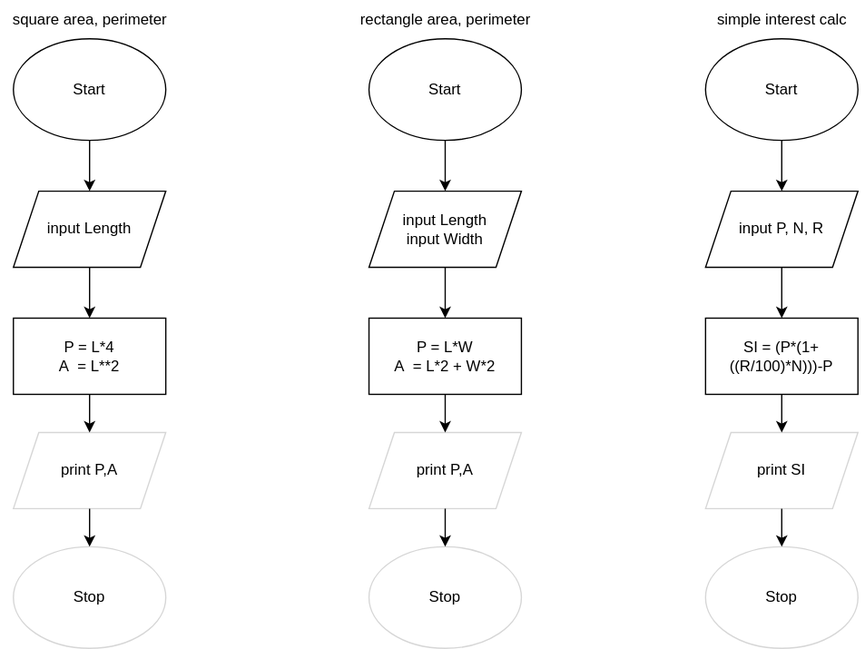
Earlier version of the draw.io export school/js assignments/algorithm exercise/Untitled Diagram.drawio.svg (19AS19/school). Source tidied: cells renumbered, new cells last; positions are measured from the earlier drawing's top-left corner, leaving out a move shared by most shapes.
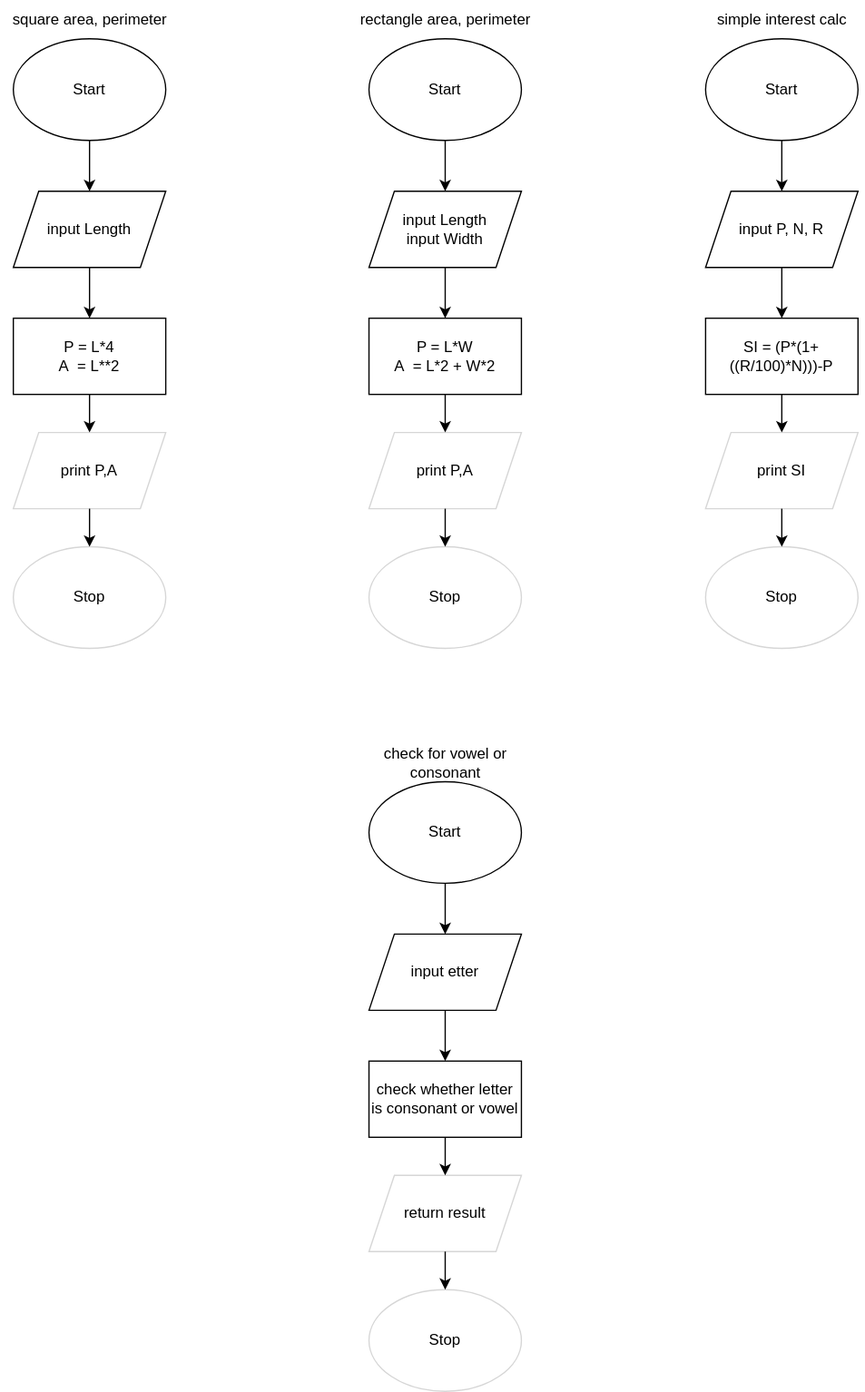
Later version of the same file.

Diff of the diagram source:
```diff
@@ -98,5 +98,37 @@
     <mxCell id="31" value="simple interest calc" style="text;html=1;align=center;verticalAlign=middle;strokeColor=none;fillColor=none;fontColor=#000000;" parent="1" vertex="1">
       <mxGeometry x="550" width="130" height="30" as="geometry" />
     </mxCell>
+    <mxCell id="32" value="Start" style="ellipse;whiteSpace=wrap;html=1;" parent="1" vertex="1">
+      <mxGeometry x="290" y="615" width="120" height="80" as="geometry" />
+    </mxCell>
+    <mxCell id="33" value="input etter" style="shape=parallelogram;perimeter=parallelogramPerimeter;whiteSpace=wrap;html=1;fixedSize=1;" parent="1" vertex="1">
+      <mxGeometry x="290" y="735" width="120" height="60" as="geometry" />
+    </mxCell>
+    <mxCell id="34" value="check whether letter is consonant or vowel" style="rounded=0;whiteSpace=wrap;html=1;" parent="1" vertex="1">
+      <mxGeometry x="290" y="835" width="120" height="60" as="geometry" />
+    </mxCell>
+    <mxCell id="35" value="return result" style="shape=parallelogram;perimeter=parallelogramPerimeter;whiteSpace=wrap;html=1;fixedSize=1;strokeColor=#D6D6D6;fontColor=#000000;" parent="1" vertex="1">
+      <mxGeometry x="290" y="925" width="120" height="60" as="geometry" />
+    </mxCell>
+    <mxCell id="36" value="Stop" style="ellipse;whiteSpace=wrap;html=1;strokeColor=#D6D6D6;fontColor=#000000;" parent="1" vertex="1">
+      <mxGeometry x="290" y="1015" width="120" height="80" as="geometry" />
+    </mxCell>
+    <mxCell id="37" style="endArrow=classic;html=1;rounded=0;fontColor=#000000;entryX=0.5;entryY=0;entryDx=0;entryDy=0;" parent="1" edge="1" target="33">
+      <mxGeometry relative="1" as="geometry">
+        <mxPoint x="350" y="695" as="sourcePoint" />
+      </mxGeometry>
+    </mxCell>
+    <mxCell id="38" style="endArrow=classic;html=1;rounded=0;fontColor=#000000;entryX=0.5;entryY=0;entryDx=0;entryDy=0;exitX=0.5;exitY=1;exitDx=0;exitDy=0;" parent="1" edge="1" source="33" target="34">
+      <mxGeometry relative="1" as="geometry" />
+    </mxCell>
+    <mxCell id="39" style="endArrow=classic;html=1;rounded=0;fontColor=#000000;exitX=0.5;exitY=1;exitDx=0;exitDy=0;" parent="1" edge="1" source="34" target="35">
+      <mxGeometry relative="1" as="geometry" />
+    </mxCell>
+    <mxCell id="40" style="endArrow=classic;html=1;rounded=0;fontColor=#000000;entryX=0.5;entryY=0;entryDx=0;entryDy=0;exitX=0.5;exitY=1;exitDx=0;exitDy=0;" parent="1" edge="1" source="35" target="36">
+      <mxGeometry relative="1" as="geometry" />
+    </mxCell>
+    <mxCell id="41" value="&lt;div&gt;check for vowel or&lt;/div&gt;&lt;div&gt;consonant&lt;br&gt;&lt;/div&gt;" style="text;html=1;align=center;verticalAlign=middle;strokeColor=none;fillColor=none;fontColor=#000000;" parent="1" vertex="1">
+      <mxGeometry x="290" y="580" width="120" height="40" as="geometry" />
+    </mxCell>
   </root>
 </mxGraphModel>
```
